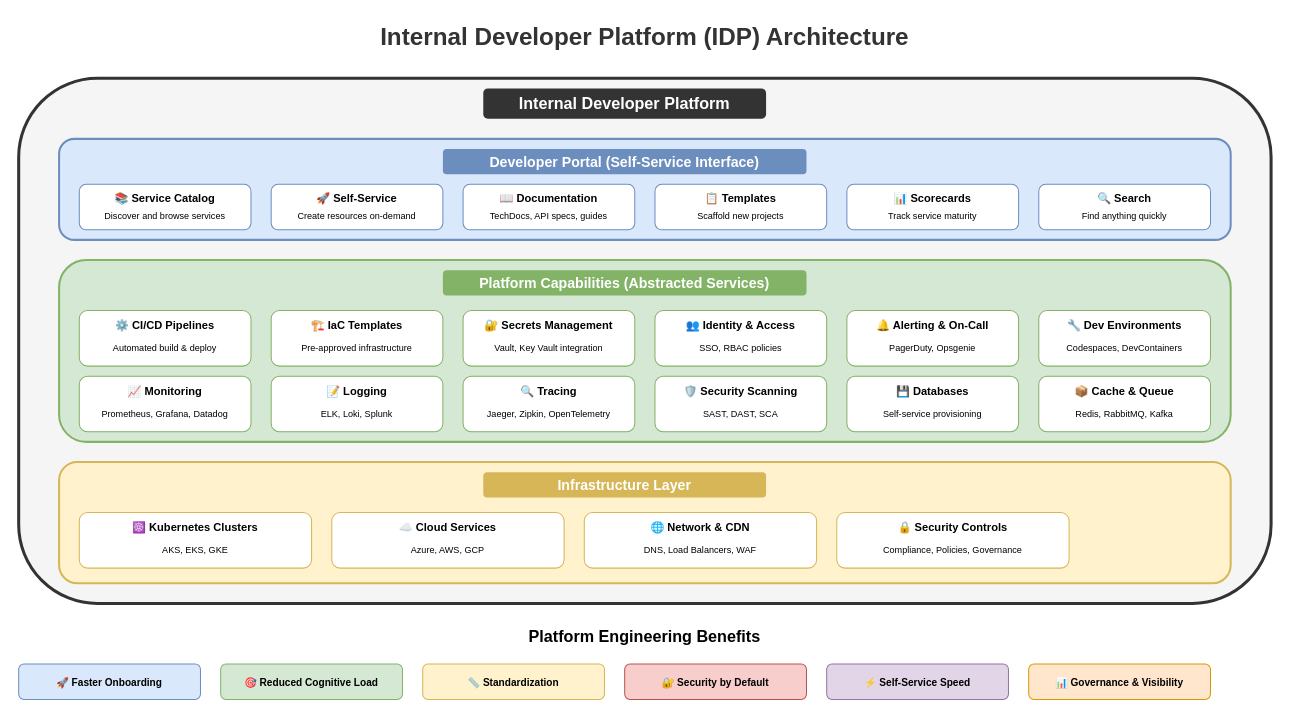
MrParkerZ7/document-lesson-software-architect-x-claude keeps this draw.io diagram as lesson-05-devops-platform-engineering/diagrams/8.1-internal-developer-platform.drawio. Above is the earlier version. Source tidied: cells renumbered, new cells numbered last; positions are measured from the earlier drawing's top-left corner, leaving out a move shared by most shapes. Both pictures are drawn from the tidied source at 101%, with x=0, y=0 at pixel (18, 17).
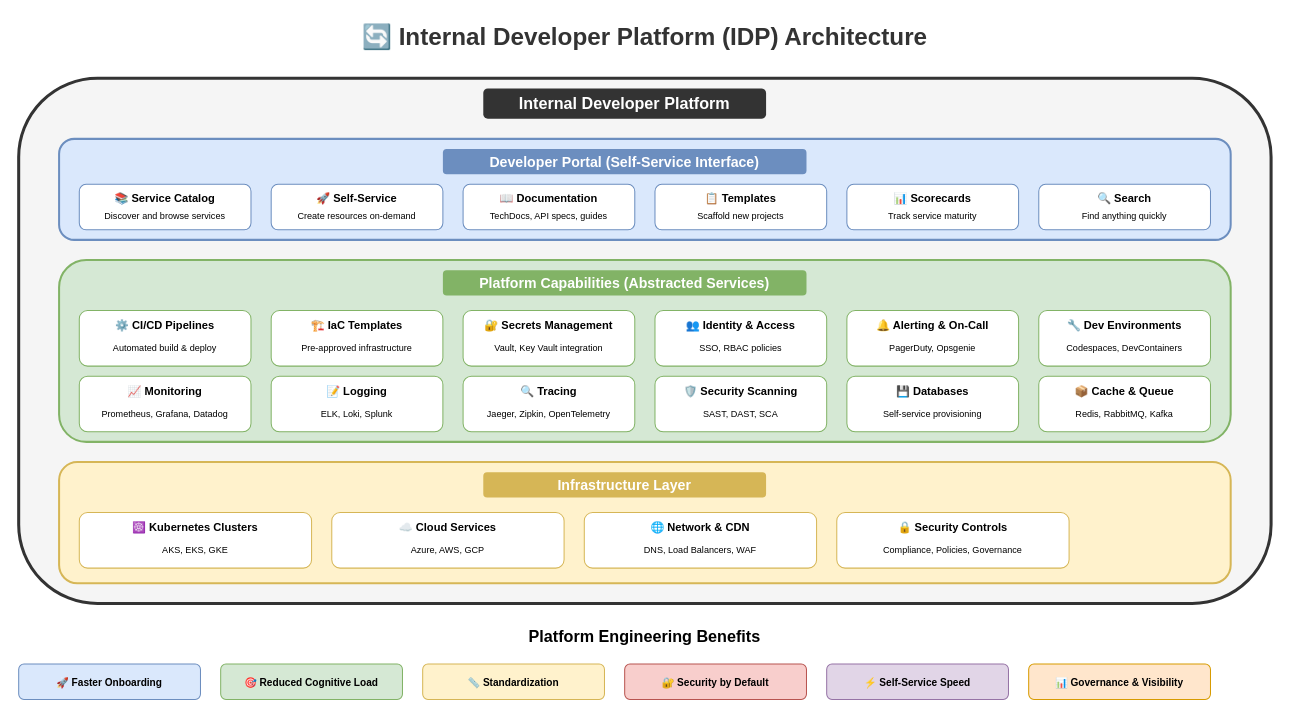
After the change.

Diff of the diagram source:
```diff
@@
-    <mxCell id="2" value="Internal Developer Platform (IDP) Architecture" style="text;html=1;strokeColor=none;fillColor=none;align=center;verticalAlign=middle;whiteSpace=wrap;rounded=0;fontSize=24;fontStyle=1;fontColor=#333333;" parent="1" vertex="1">
+    <mxCell id="2" value="🔄 Internal Developer Platform (IDP) Architecture" style="text;html=1;strokeColor=none;fillColor=none;align=center;verticalAlign=middle;whiteSpace=wrap;rounded=0;fontSize=24;fontStyle=1;fontColor=#333333;" parent="1" vertex="1">
       <mxGeometry x="320" width="600" height="40" as="geometry" />
     </mxCell>
```
